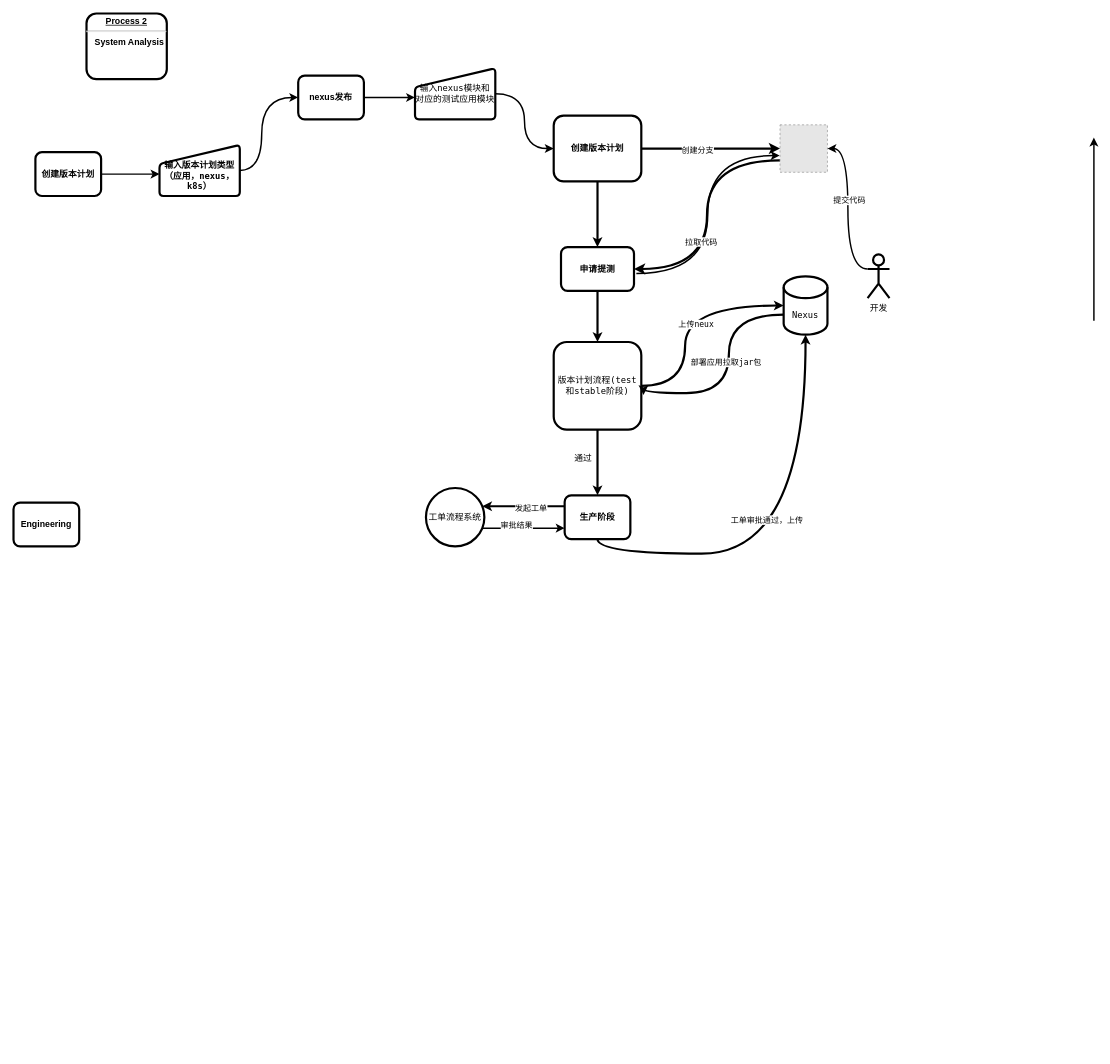
Before: demo/demo Diagram.drawio in Makecodeeasy/diagrams, a draw.io diagram. Source tidied: cells renumbered, new cells numbered last; positions are measured from the earlier drawing's top-left corner, leaving out a move shared by most shapes. Both pictures are drawn from the tidied source at 73%, with x=0, y=0 at pixel (13, 13). Pictures stored in the file or linked from it are replaced by grey dashed boxes.
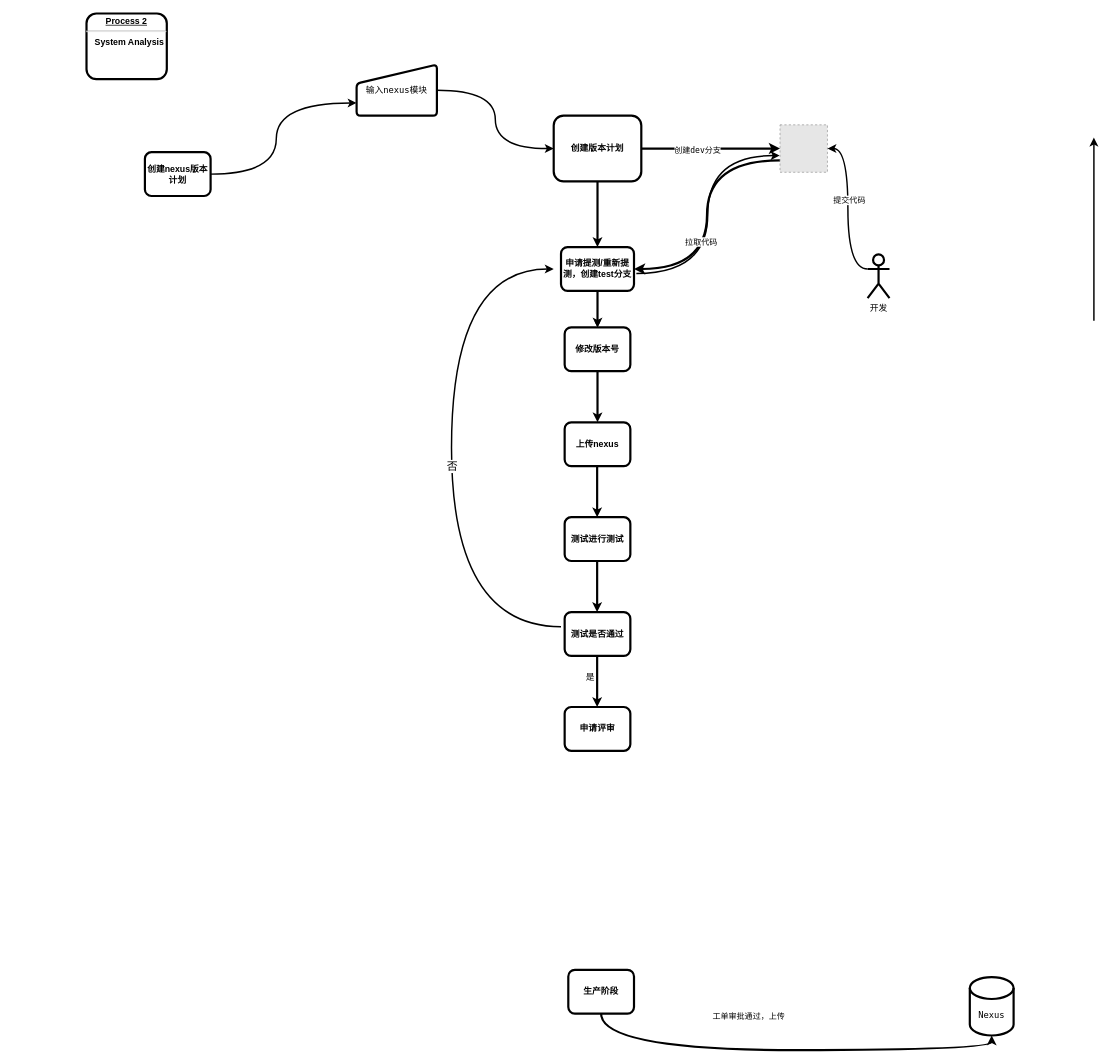
The same page after the edit.

Unchanged cells that the change refers to:
```xml
<mxCell id="12" style="edgeStyle=orthogonalEdgeStyle;curved=1;jettySize=auto;html=0;exitX=1;exitY=0.5;exitDx=0;exitDy=0;strokeWidth=3;fontFamily=Lucida Console;" parent="1" edge="1" source="15" target="20">
  <mxGeometry relative="1" as="geometry" />
</mxCell>
```

Diff of the diagram source:
```diff
@@
-    <mxCell id="2" value="创建版本计划" style="whiteSpace=wrap;align=center;verticalAlign=middle;fontStyle=1;strokeWidth=3;rounded=1;" parent="1" vertex="1">
-      <mxGeometry x="30" y="190" width="90" height="60" as="geometry" />
+    <mxCell id="2" value="创建nexus版本计划" style="whiteSpace=wrap;align=center;verticalAlign=middle;fontStyle=1;strokeWidth=3;rounded=1;" parent="1" vertex="1">
+      <mxGeometry x="180" y="190" width="90" height="60" as="geometry" />
     </mxCell>
@@
-    <mxCell id="4" value="Engineering" style="whiteSpace=wrap;align=center;verticalAlign=middle;fontStyle=1;strokeWidth=3;rounded=1;" parent="1" vertex="1">
-      <mxGeometry y="670" width="90" height="60" as="geometry" />
+    <mxCell id="4" value="测试进行测试" style="whiteSpace=wrap;align=center;verticalAlign=middle;fontStyle=1;strokeWidth=3;rounded=1;" parent="1" vertex="1">
+      <mxGeometry x="755" y="690" width="90" height="60" as="geometry" />
     </mxCell>
@@
-    <mxCell id="6" style="edgeStyle=elbowEdgeStyle;elbow=horizontal;strokeWidth=2;exitX=1;exitY=0.5;exitDx=0;exitDy=0;curved=1;" parent="1" edge="1" source="2">
-      <mxGeometry relative="1" as="geometry">
-        <mxPoint x="200" y="220" as="targetPoint" />
-      </mxGeometry>
-    </mxCell>
-    <mxCell id="7" value="&lt;font&gt;&lt;b&gt;&lt;br&gt;输入版本计划类型&lt;br&gt;（应用，nexus，k8s）&lt;/b&gt;&lt;/font&gt;" style="html=1;strokeWidth=3;shape=manualInput;whiteSpace=wrap;size=26;arcSize=11;fontFamily=Lucida Console;rounded=1;" parent="1" vertex="1">
-      <mxGeometry x="200" y="180" width="110" height="70" as="geometry" />
-    </mxCell>
-    <mxCell id="8" value="nexus发布" style="whiteSpace=wrap;align=center;verticalAlign=middle;fontStyle=1;strokeWidth=3;rounded=1;" parent="1" vertex="1">
-      <mxGeometry x="390" y="85" width="90" height="60" as="geometry" />
-    </mxCell>
-    <mxCell id="9" style="edgeStyle=elbowEdgeStyle;elbow=horizontal;strokeWidth=2;exitX=1;exitY=0.5;exitDx=0;exitDy=0;entryX=0;entryY=0.5;entryDx=0;entryDy=0;curved=1;" parent="1" edge="1" source="7" target="8">
+    <mxCell id="9" style="edgeStyle=elbowEdgeStyle;elbow=horizontal;strokeWidth=2;exitX=1;exitY=0.5;exitDx=0;exitDy=0;entryX=0;entryY=0.75;entryDx=0;entryDy=0;curved=1;" parent="1" edge="1" source="2" target="10">
       <mxGeometry relative="1" as="geometry">
         <Array as="points">
+          <mxPoint x="360" y="180" />
+          <mxPoint x="380" y="110" />
+          <mxPoint x="300" y="215" />
           <mxPoint x="340" y="90" />
         </Array>
       </mxGeometry>
     </mxCell>
-    <mxCell id="10" value="输入nexus模块和对应的测试应用模块" style="html=1;strokeWidth=3;shape=manualInput;whiteSpace=wrap;size=26;arcSize=11;fontFamily=Lucida Console;rounded=1;" parent="1" vertex="1">
-      <mxGeometry x="550" y="75" width="110" height="70" as="geometry" />
+    <mxCell id="10" value="输入nexus模块" style="html=1;strokeWidth=3;shape=manualInput;whiteSpace=wrap;size=26;arcSize=11;fontFamily=Lucida Console;rounded=1;" parent="1" vertex="1">
+      <mxGeometry x="470" y="70" width="110" height="70" as="geometry" />
     </mxCell>
-    <mxCell id="11" style="edgeStyle=elbowEdgeStyle;elbow=horizontal;strokeWidth=2;curved=1;exitX=1;exitY=0.5;exitDx=0;exitDy=0;" parent="1" edge="1" source="8">
-      <mxGeometry relative="1" as="geometry">
-        <mxPoint x="550" y="115" as="targetPoint" />
-        <Array as="points">
-          <mxPoint x="500" y="110" />
-        </Array>
-      </mxGeometry>
-    </mxCell>
@@
-    <mxCell id="13" value="创建分支" style="edgeLabel;html=1;align=center;verticalAlign=middle;fontFamily=Lucida Console;rounded=1;" parent="12" vertex="1">
+    <mxCell id="13" value="创建dev分支" style="edgeLabel;html=1;align=center;verticalAlign=middle;fontFamily=Lucida Console;rounded=1;" parent="12" vertex="1">
       <mxGeometry x="-0.2" y="-1" relative="1" as="geometry" />
     </mxCell>
@@
-    <mxCell id="17" style="edgeStyle=orthogonalEdgeStyle;curved=1;jettySize=auto;html=0;exitX=0.5;exitY=1;exitDx=0;exitDy=0;startSize=4;endSize=4;strokeWidth=3;fontFamily=Lucida Console;" parent="1" edge="1" source="18">
-      <mxGeometry relative="1" as="geometry">
-        <mxPoint x="800" y="450" as="targetPoint" />
-        <Array as="points">
-          <mxPoint x="800" y="430" />
-          <mxPoint x="800" y="430" />
-        </Array>
-      </mxGeometry>
-    </mxCell>
+    <mxCell id="42" style="edgeStyle=orthogonalEdgeStyle;rounded=0;jettySize=auto;html=1;" parent="1" edge="1" source="18" target="43">
+      <mxGeometry relative="1" as="geometry" />
+    </mxCell>
-    <mxCell id="18" value="申请提测" style="whiteSpace=wrap;align=center;verticalAlign=middle;fontStyle=1;strokeWidth=3;rounded=1;" parent="1" vertex="1">
+    <mxCell id="18" value="申请提测/重新提测，创建test分支" style="whiteSpace=wrap;align=center;verticalAlign=middle;fontStyle=1;strokeWidth=3;rounded=1;" parent="1" vertex="1">
       <mxGeometry x="750" y="320" width="100" height="60" as="geometry" />
     </mxCell>
@@
-    <mxCell id="26" style="edgeStyle=orthogonalEdgeStyle;curved=1;jettySize=auto;html=0;entryX=0;entryY=0.5;entryDx=0;entryDy=0;entryPerimeter=0;startSize=4;endSize=4;strokeWidth=3;fontFamily=Lucida Console;" parent="1" edge="1" source="29" target="32">
-      <mxGeometry relative="1" as="geometry">
-        <Array as="points">
-          <mxPoint x="920" y="510" />
-          <mxPoint x="920" y="400" />
-        </Array>
-      </mxGeometry>
-    </mxCell>
-    <mxCell id="27" value="上传neux" style="edgeLabel;html=1;align=center;verticalAlign=middle;fontFamily=Lucida Console;" parent="26" vertex="1">
-      <mxGeometry x="-0.05" y="-14" relative="1" as="geometry" />
-    </mxCell>
-    <mxCell id="28" style="edgeStyle=orthogonalEdgeStyle;curved=1;jettySize=auto;html=0;exitX=0.5;exitY=1;exitDx=0;exitDy=0;startSize=4;endSize=4;strokeWidth=3;fontFamily=Lucida Console;" parent="1" edge="1" source="29">
-      <mxGeometry relative="1" as="geometry">
-        <mxPoint x="800" y="660" as="targetPoint" />
-      </mxGeometry>
-    </mxCell>
-    <mxCell id="29" value="版本计划流程(test和stable阶段)" style="whiteSpace=wrap;html=1;rounded=1;strokeWidth=3;fontFamily=Lucida Console;" parent="1" vertex="1">
-      <mxGeometry x="740" y="450" width="120" height="120" as="geometry" />
-    </mxCell>
-    <mxCell id="30" style="edgeStyle=orthogonalEdgeStyle;curved=1;jettySize=auto;html=0;exitX=0;exitY=0;exitDx=0;exitDy=52.5;exitPerimeter=0;entryX=1.025;entryY=0.605;entryDx=0;entryDy=0;entryPerimeter=0;startSize=4;endSize=4;strokeWidth=3;fontFamily=Lucida Console;" parent="1" edge="1" source="32" target="29">
-      <mxGeometry relative="1" as="geometry">
-        <Array as="points">
-          <mxPoint x="980" y="413" />
-          <mxPoint x="980" y="520" />
-          <mxPoint x="863" y="520" />
-        </Array>
-      </mxGeometry>
-    </mxCell>
-    <mxCell id="31" value="部署应用拉取jar包" style="edgeLabel;html=1;align=center;verticalAlign=middle;fontFamily=Lucida Console;" parent="30" vertex="1">
-      <mxGeometry x="-0.07" y="-5" relative="1" as="geometry" />
-    </mxCell>
     <mxCell id="32" value="Nexus" style="shape=cylinder3;whiteSpace=wrap;html=1;boundedLbl=1;backgroundOutline=1;size=15;rounded=1;strokeWidth=3;fontFamily=Lucida Console;" parent="1" vertex="1">
-      <mxGeometry x="1055" y="360" width="60" height="80" as="geometry" />
+      <mxGeometry x="1310" y="1320" width="60" height="80" as="geometry" />
     </mxCell>
-    <mxCell id="33" style="edgeStyle=orthogonalEdgeStyle;curved=1;jettySize=auto;html=0;exitX=0;exitY=0.25;exitDx=0;exitDy=0;startSize=4;endSize=4;strokeWidth=3;fontFamily=Lucida Console;" parent="1" edge="1" source="37" target="39">
-      <mxGeometry relative="1" as="geometry">
-        <Array as="points">
-          <mxPoint x="650" y="675" />
-          <mxPoint x="650" y="675" />
-        </Array>
-      </mxGeometry>
-    </mxCell>
-    <mxCell id="34" value="发起工单" style="edgeLabel;html=1;align=center;verticalAlign=middle;fontFamily=Lucida Console;" parent="33" vertex="1">
-      <mxGeometry x="0.86" y="58" relative="1" as="geometry">
-        <mxPoint x="58" y="-56" as="offset" />
-      </mxGeometry>
-    </mxCell>
@@
     <mxCell id="37" value="生产阶段" style="whiteSpace=wrap;align=center;verticalAlign=middle;fontStyle=1;strokeWidth=3;rounded=1;" parent="1" vertex="1">
-      <mxGeometry x="755" y="660" width="90" height="60" as="geometry" />
+      <mxGeometry x="760" y="1310" width="90" height="60" as="geometry" />
     </mxCell>
-    <mxCell id="38" value="通过" style="text;html=1;align=center;verticalAlign=middle;fontFamily=Lucida Console;" parent="1" vertex="1">
-      <mxGeometry x="760" y="600" width="40" height="20" as="geometry" />
-    </mxCell>
-    <mxCell id="39" value="工单流程系统" style="ellipse;whiteSpace=wrap;html=1;rounded=1;strokeWidth=3;fontFamily=Lucida Console;" parent="1" vertex="1">
-      <mxGeometry x="565" y="650" width="80" height="80" as="geometry" />
-    </mxCell>
-    <mxCell id="40" style="edgeStyle=elbowEdgeStyle;elbow=horizontal;strokeWidth=2;curved=1;entryX=0;entryY=0.75;entryDx=0;entryDy=0;" parent="1" edge="1" source="39" target="37">
-      <mxGeometry relative="1" as="geometry">
-        <Array as="points">
-          <mxPoint x="660" y="705" />
-        </Array>
-      </mxGeometry>
-    </mxCell>
-    <mxCell id="41" value="审批结果" style="edgeLabel;html=1;align=center;verticalAlign=middle;fontFamily=Lucida Console;" parent="40" vertex="1">
-      <mxGeometry x="-0.18" y="5" relative="1" as="geometry" />
-    </mxCell>
+    <mxCell id="43" value="修改版本号" style="whiteSpace=wrap;align=center;verticalAlign=middle;fontStyle=1;strokeWidth=3;rounded=1;" parent="1" vertex="1">
+      <mxGeometry x="755" y="430" width="90" height="60" as="geometry" />
+    </mxCell>
+    <mxCell id="44" style="edgeStyle=orthogonalEdgeStyle;curved=1;jettySize=auto;html=0;strokeWidth=3;fontFamily=Lucida Console;endSize=4;startSize=4;exitX=0.5;exitY=1;exitDx=0;exitDy=0;" parent="1" edge="1" source="43">
+      <mxGeometry relative="1" as="geometry">
+        <mxPoint x="800" y="560" as="targetPoint" />
+        <Array as="points">
+          <mxPoint x="800" y="560" />
+          <mxPoint x="800" y="560" />
+        </Array>
+      </mxGeometry>
+    </mxCell>
+    <mxCell id="45" value="上传nexus" style="whiteSpace=wrap;align=center;verticalAlign=middle;fontStyle=1;strokeWidth=3;rounded=1;" parent="1" vertex="1">
+      <mxGeometry x="755" y="560" width="90" height="60" as="geometry" />
+    </mxCell>
+    <mxCell id="46" style="edgeStyle=orthogonalEdgeStyle;curved=1;orthogonalLoop=1;jettySize=auto;html=0;strokeWidth=3;fontFamily=Lucida Console;endSize=4;startSize=4;exitX=0.5;exitY=1;exitDx=0;exitDy=0;entryX=0.5;entryY=0;entryDx=0;entryDy=0;" parent="1" edge="1">
+      <mxGeometry relative="1" as="geometry">
+        <mxPoint x="800" y="380" as="sourcePoint" />
+        <mxPoint x="800" y="430" as="targetPoint" />
+      </mxGeometry>
+    </mxCell>
+    <mxCell id="47" style="edgeStyle=orthogonalEdgeStyle;curved=1;orthogonalLoop=1;jettySize=auto;html=0;strokeWidth=3;fontFamily=Lucida Console;endSize=4;startSize=4;exitX=0.5;exitY=1;exitDx=0;exitDy=0;" parent="1" edge="1">
+      <mxGeometry relative="1" as="geometry">
+        <mxPoint x="799.5" y="620" as="sourcePoint" />
+        <mxPoint x="799.5" y="690" as="targetPoint" />
+        <Array as="points">
+          <mxPoint x="800" y="640" />
+          <mxPoint x="800" y="640" />
+        </Array>
+      </mxGeometry>
+    </mxCell>
+    <mxCell id="48" style="edgeStyle=elbowEdgeStyle;elbow=horizontal;strokeWidth=2;curved=1;" parent="1" edge="1">
+      <mxGeometry relative="1" as="geometry">
+        <mxPoint x="750" y="840" as="sourcePoint" />
+        <mxPoint x="740" y="350" as="targetPoint" />
+        <Array as="points">
+          <mxPoint x="600" y="600" />
+        </Array>
+      </mxGeometry>
+    </mxCell>
+    <mxCell id="49" value="&lt;font style=&quot;font-size: 15px&quot;&gt;否&lt;/font&gt;" style="edgeLabel;html=1;align=center;verticalAlign=middle;" parent="48" vertex="1">
+      <mxGeometry x="-0.05" relative="1" as="geometry" />
+    </mxCell>
+    <mxCell id="50" value="测试是否通过" style="whiteSpace=wrap;align=center;verticalAlign=middle;fontStyle=1;strokeWidth=3;rounded=1;" parent="1" vertex="1">
+      <mxGeometry x="755" y="820" width="90" height="60" as="geometry" />
+    </mxCell>
+    <mxCell id="51" style="edgeStyle=orthogonalEdgeStyle;curved=1;orthogonalLoop=1;jettySize=auto;html=0;strokeWidth=3;fontFamily=Lucida Console;endSize=4;startSize=4;exitX=0.5;exitY=1;exitDx=0;exitDy=0;" parent="1" edge="1">
+      <mxGeometry relative="1" as="geometry">
+        <mxPoint x="799.5" y="750" as="sourcePoint" />
+        <mxPoint x="799.5" y="820" as="targetPoint" />
+        <Array as="points">
+          <mxPoint x="800" y="770" />
+          <mxPoint x="800" y="770" />
+        </Array>
+      </mxGeometry>
+    </mxCell>
+    <mxCell id="52" style="edgeStyle=orthogonalEdgeStyle;curved=1;orthogonalLoop=1;jettySize=auto;html=0;strokeWidth=3;fontFamily=Lucida Console;endSize=4;startSize=4;exitX=0.5;exitY=1;exitDx=0;exitDy=0;" parent="1" edge="1">
+      <mxGeometry relative="1" as="geometry">
+        <mxPoint x="799.5" y="880" as="sourcePoint" />
+        <mxPoint x="799.5" y="950" as="targetPoint" />
+        <Array as="points">
+          <mxPoint x="800" y="920" />
+          <mxPoint x="800" y="920" />
+        </Array>
+      </mxGeometry>
+    </mxCell>
+    <mxCell id="53" value="是" style="text;html=1;align=center;verticalAlign=middle;" parent="1" vertex="1">
+      <mxGeometry x="775" y="900" width="30" height="20" as="geometry" />
+    </mxCell>
+    <mxCell id="54" value="申请评审" style="whiteSpace=wrap;align=center;verticalAlign=middle;fontStyle=1;strokeWidth=3;rounded=1;" parent="1" vertex="1">
+      <mxGeometry x="755" y="950" width="90" height="60" as="geometry" />
+    </mxCell>
```
